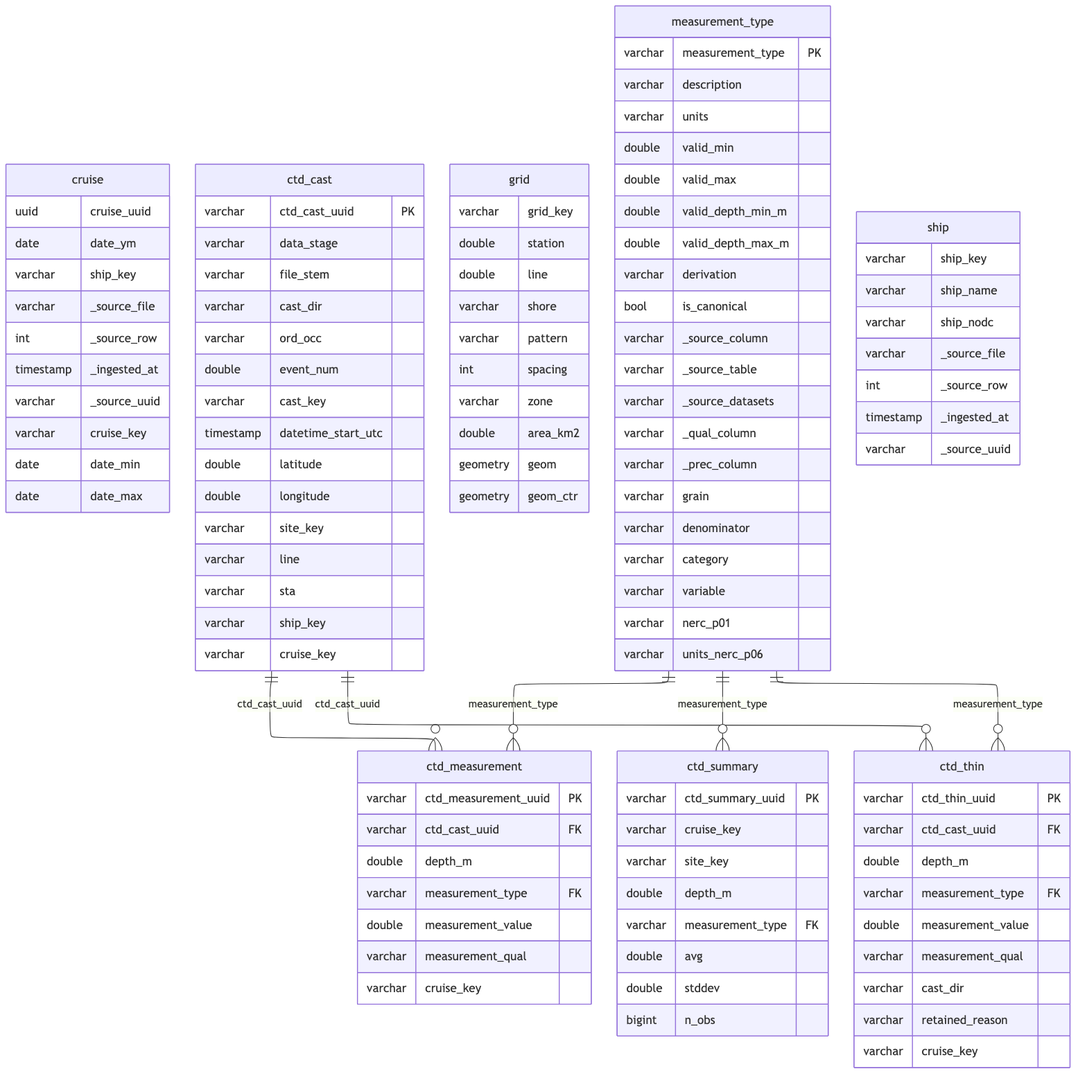
Above: _output/ingest_calcofi_ctd-cast_files/figure-html/schema-1.png in CalCOFI/workflows (Mermaid), before the change. Its source is kept beside it as _output/ingest_calcofi_ctd-cast_files/figure-html/schema-1.mmd.
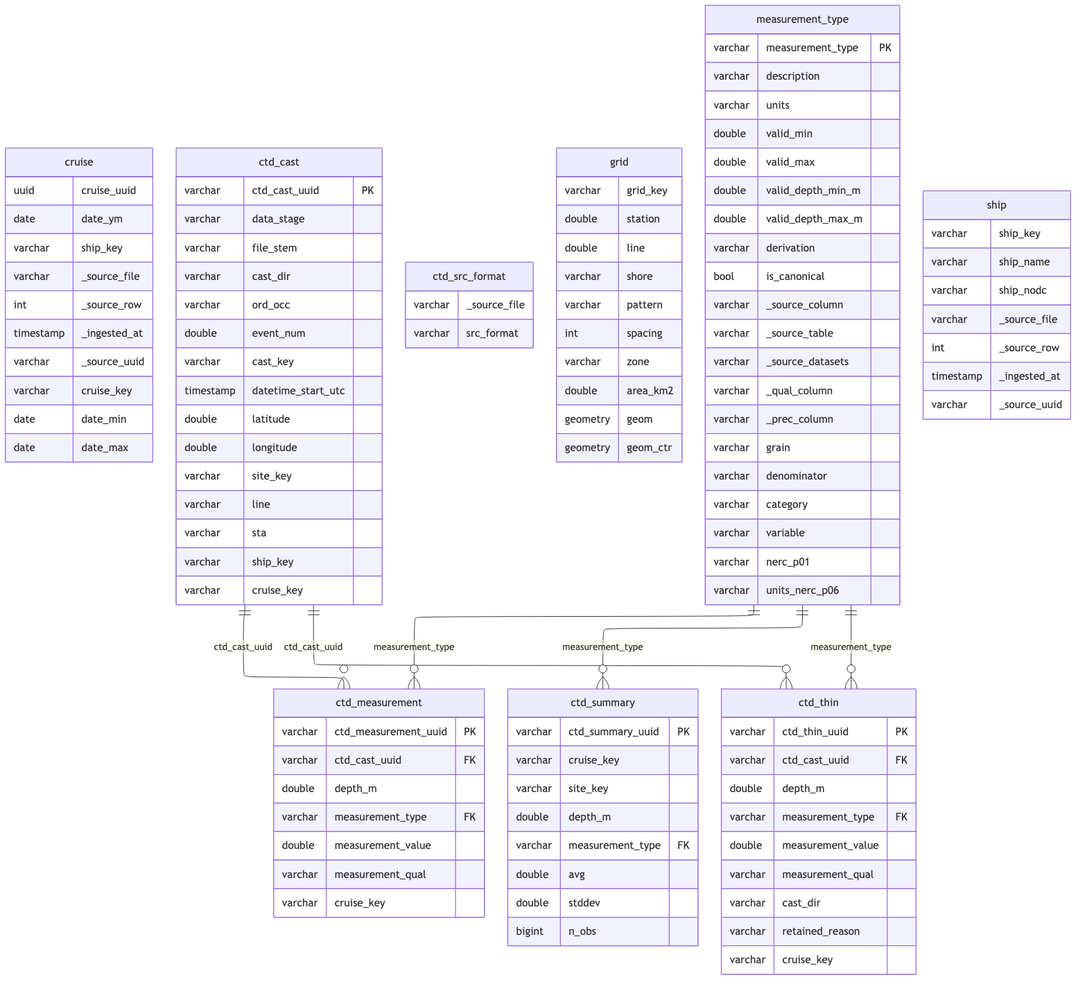
After the change.

What changed in the source:
```diff
@@ -40,6 +40,10 @@
         double measurement_value
         varchar measurement_qual
         varchar cruise_key
+    }
+    ctd_src_format {
+        varchar _source_file
+        varchar src_format
     }
     ctd_summary {
         varchar ctd_summary_uuid PK
```
